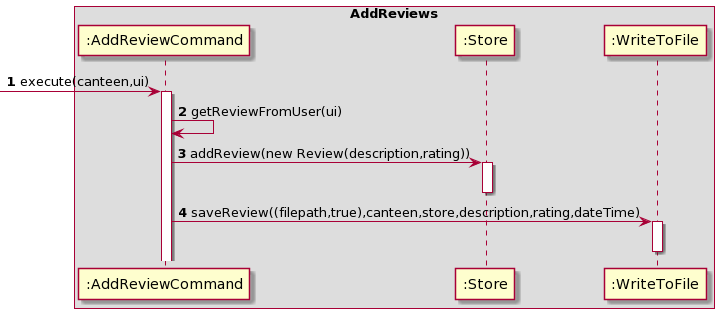
nus-cs2113-AY2021S2/tp keeps this PlantUML diagram as docs/img/AddReviews.png. Above is the earlier version.
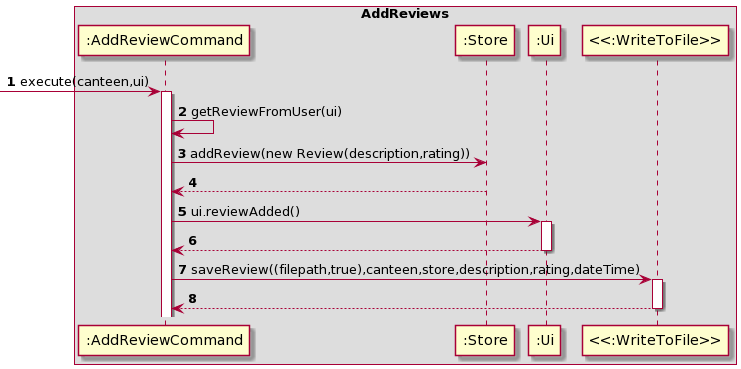
After the commit.

Commit message:
update DG, display canteen. Edited DisplayStores

Diff of the diagram source:
```diff
@@ -5,11 +5,24 @@
 
 -> ":AddReviewCommand" : execute(canteen,ui)
 activate ":AddReviewCommand"
+
+
 ":AddReviewCommand" -> ":AddReviewCommand" : getReviewFromUser(ui)
+
+
 ":AddReviewCommand" -> ":Store" : addReview(new Review(description,rating))
-activate ":Store"
+
+":Store" --> ":AddReviewCommand"
 deactivate ":Store"
-":AddReviewCommand" -> ":WriteToFile" : saveReview((filepath,true),canteen,store,description,rating,dateTime)
-activate ":WriteToFile"
-deactivate ":WriteToFile"
+
+
+":AddReviewCommand" -> ":Ui" : ui.reviewAdded()
+activate ":Ui"
+":Ui" --> ":AddReviewCommand"
+deactivate ":Ui"
+
+":AddReviewCommand" -> "<<:WriteToFile>>" : saveReview((filepath,true),canteen,store,description,rating,dateTime)
+activate "<<:WriteToFile>>"
+"<<:WriteToFile>>" --> ":AddReviewCommand"
+deactivate "<<:WriteToFile>>"
 @enduml
```
